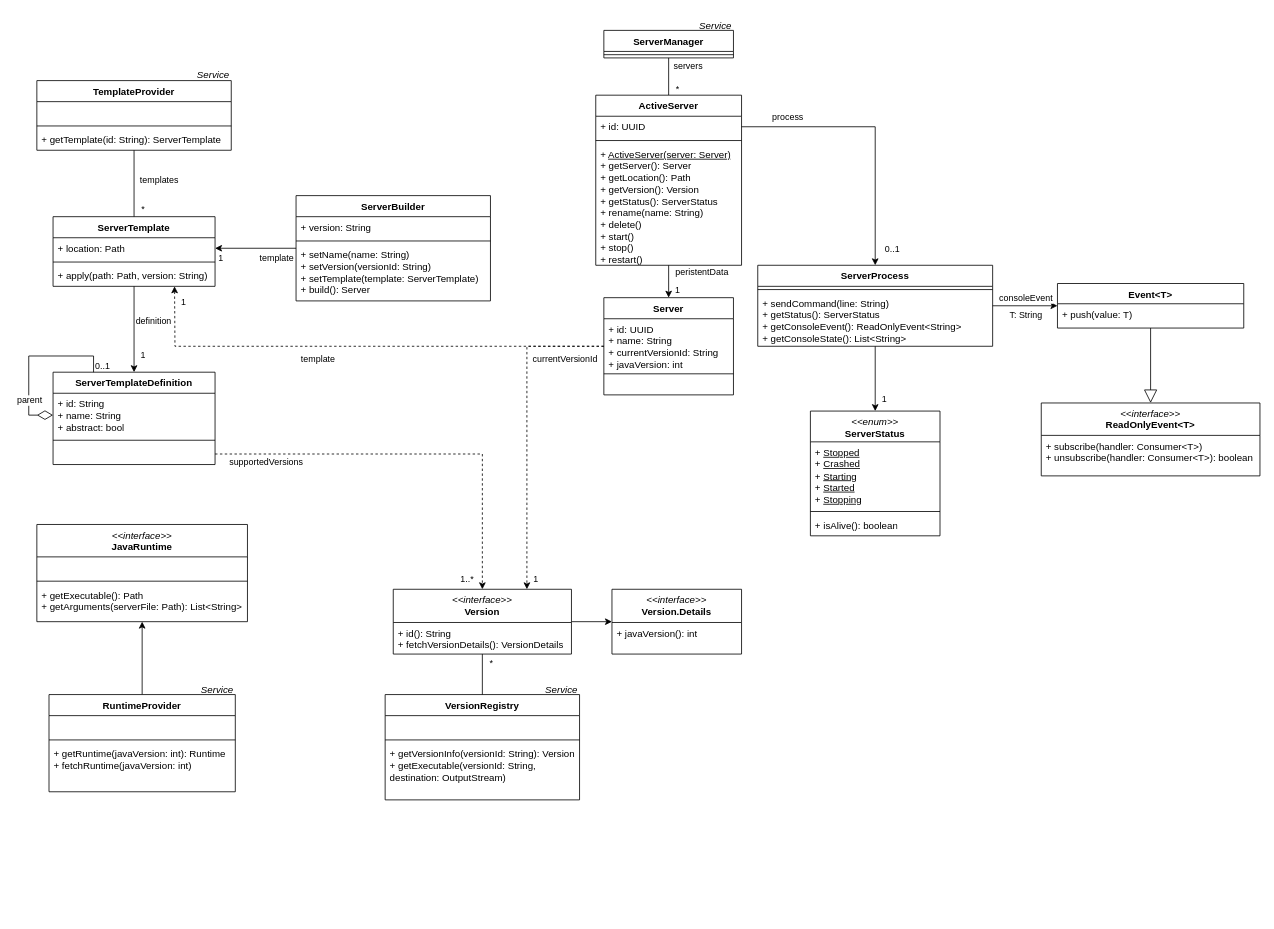
Before: Klassendiagramm.drawio in Fisch37/mc-server-manager, a draw.io diagram. Source tidied: cells renumbered, new cells numbered last; positions are measured from the earlier drawing's top-left corner, leaving out a move shared by most shapes. Both pictures are drawn from the tidied source at 81%, with x=0, y=0 at pixel (28, 14).
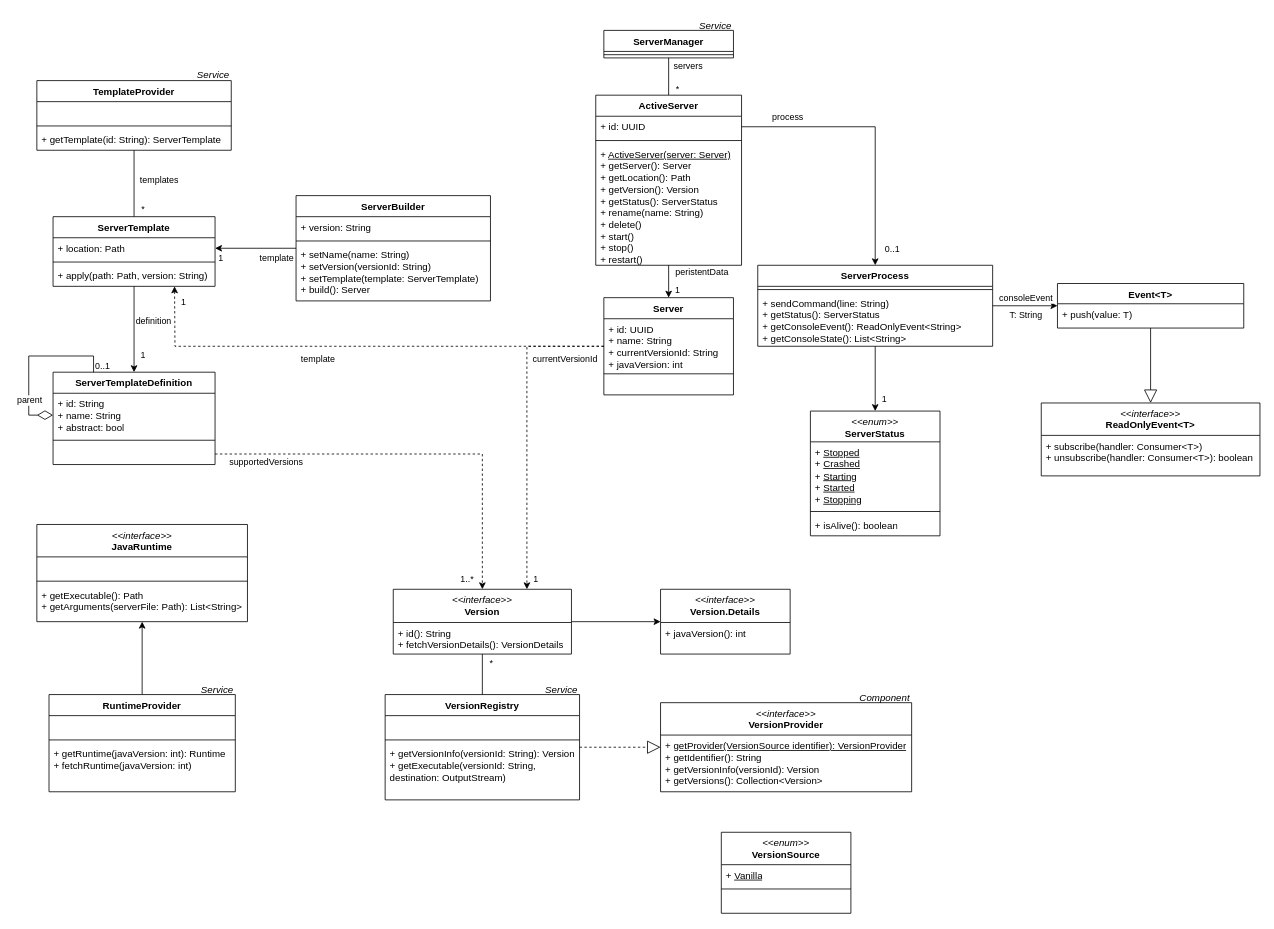
The same diagram, later.

Unchanged cells that the change refers to:
```xml
<mxCell id="55" value="VersionRegistry" style="swimlane;fontStyle=1;align=center;verticalAlign=top;horizontal=1;startSize=26;whiteSpace=wrap;html=1;" parent="54" vertex="1">
  <mxGeometry y="20" width="240" height="130" as="geometry" />
</mxCell>
```

Change to the diagram source:
```diff
@@
     <mxCell id="92" value="&lt;span style=&quot;font-weight: normal;&quot;&gt;&lt;i&gt;&amp;lt;&amp;lt;interface&amp;gt;&amp;gt;&lt;/i&gt;&lt;/span&gt;&lt;div&gt;Version.Details&lt;/div&gt;" style="swimlane;fontStyle=1;align=center;verticalAlign=top;horizontal=1;startSize=41;whiteSpace=wrap;html=1;" parent="1" vertex="1">
-      <mxGeometry x="720" y="710" width="160" height="80" as="geometry" />
+      <mxGeometry x="780" y="710" width="160" height="80" as="geometry" />
     </mxCell>
@@
+    <mxCell id="103" style="edgeStyle=orthogonalEdgeStyle;rounded=0;jettySize=auto;html=1;endArrow=block;endFill=0;dashed=1;strokeWidth=1;endSize=14;" parent="1" edge="1" source="55" target="105">
+      <mxGeometry relative="1" as="geometry" />
+    </mxCell>
+    <mxCell id="104" style="group;" parent="1" vertex="1">
+      <mxGeometry x="780" y="830" width="310" height="130" as="geometry" />
+    </mxCell>
+    <mxCell id="105" value="&lt;div&gt;&lt;span style=&quot;font-weight: normal;&quot;&gt;&lt;i&gt;&amp;lt;&amp;lt;interface&amp;gt;&amp;gt;&lt;/i&gt;&lt;/span&gt;&lt;/div&gt;VersionProvider" style="swimlane;fontStyle=1;align=center;verticalAlign=top;horizontal=1;startSize=40;whiteSpace=wrap;html=1;" parent="104" vertex="1">
+      <mxGeometry y="20" width="310" height="110" as="geometry" />
+    </mxCell>
+    <mxCell id="106" value="&lt;div&gt;+ &lt;u&gt;getProvider(VersionSource identifier): VersionProvider&lt;/u&gt;&lt;/div&gt;&lt;div&gt;+ getIdentifier(): String&lt;/div&gt;+ getVersionInfo(versionId): Version&lt;div&gt;+ getVersions(): Collection&amp;lt;Version&amp;gt;&lt;/div&gt;" style="text;strokeColor=none;fillColor=none;align=left;verticalAlign=top;spacingLeft=4;spacingRight=4;overflow=hidden;whiteSpace=wrap;html=1;" parent="105" vertex="1">
+      <mxGeometry y="40" width="310" height="70" as="geometry" />
+    </mxCell>
+    <mxCell id="107" value="&lt;i&gt;Component&lt;/i&gt;" style="text;html=1;whiteSpace=wrap;strokeColor=none;fillColor=none;align=right;verticalAlign=middle;rounded=0;" parent="104" vertex="1">
+      <mxGeometry x="221.4" width="88.6" height="30" as="geometry" />
+    </mxCell>
+    <mxCell id="108" value="&lt;div&gt;&lt;span style=&quot;font-weight: normal;&quot;&gt;&lt;i&gt;&amp;lt;&amp;lt;enum&amp;gt;&amp;gt;&lt;/i&gt;&lt;/span&gt;&lt;/div&gt;VersionSource" style="swimlane;fontStyle=1;align=center;verticalAlign=top;horizontal=1;startSize=40;whiteSpace=wrap;html=1;" parent="1" vertex="1">
+      <mxGeometry x="855" y="1010" width="160" height="100" as="geometry" />
+    </mxCell>
+    <mxCell id="109" value="+ &lt;u&gt;Vanilla&lt;/u&gt;" style="text;strokeColor=none;fillColor=none;align=left;verticalAlign=top;spacingLeft=4;spacingRight=4;overflow=hidden;whiteSpace=wrap;html=1;" parent="108" vertex="1">
+      <mxGeometry y="40" width="160" height="26" as="geometry" />
+    </mxCell>
+    <mxCell id="110" style="line;strokeWidth=1;fillColor=none;align=left;verticalAlign=middle;spacingTop=-1;spacingLeft=3;spacingRight=3;labelPosition=right;strokeColor=inherit;" parent="108" vertex="1">
+      <mxGeometry y="66" width="160" height="8" as="geometry" />
+    </mxCell>
+    <mxCell id="111" value="&amp;nbsp;" style="text;strokeColor=none;fillColor=none;align=left;verticalAlign=top;spacingLeft=4;spacingRight=4;overflow=hidden;whiteSpace=wrap;html=1;" parent="108" vertex="1">
+      <mxGeometry y="74" width="160" height="26" as="geometry" />
+    </mxCell>
```
